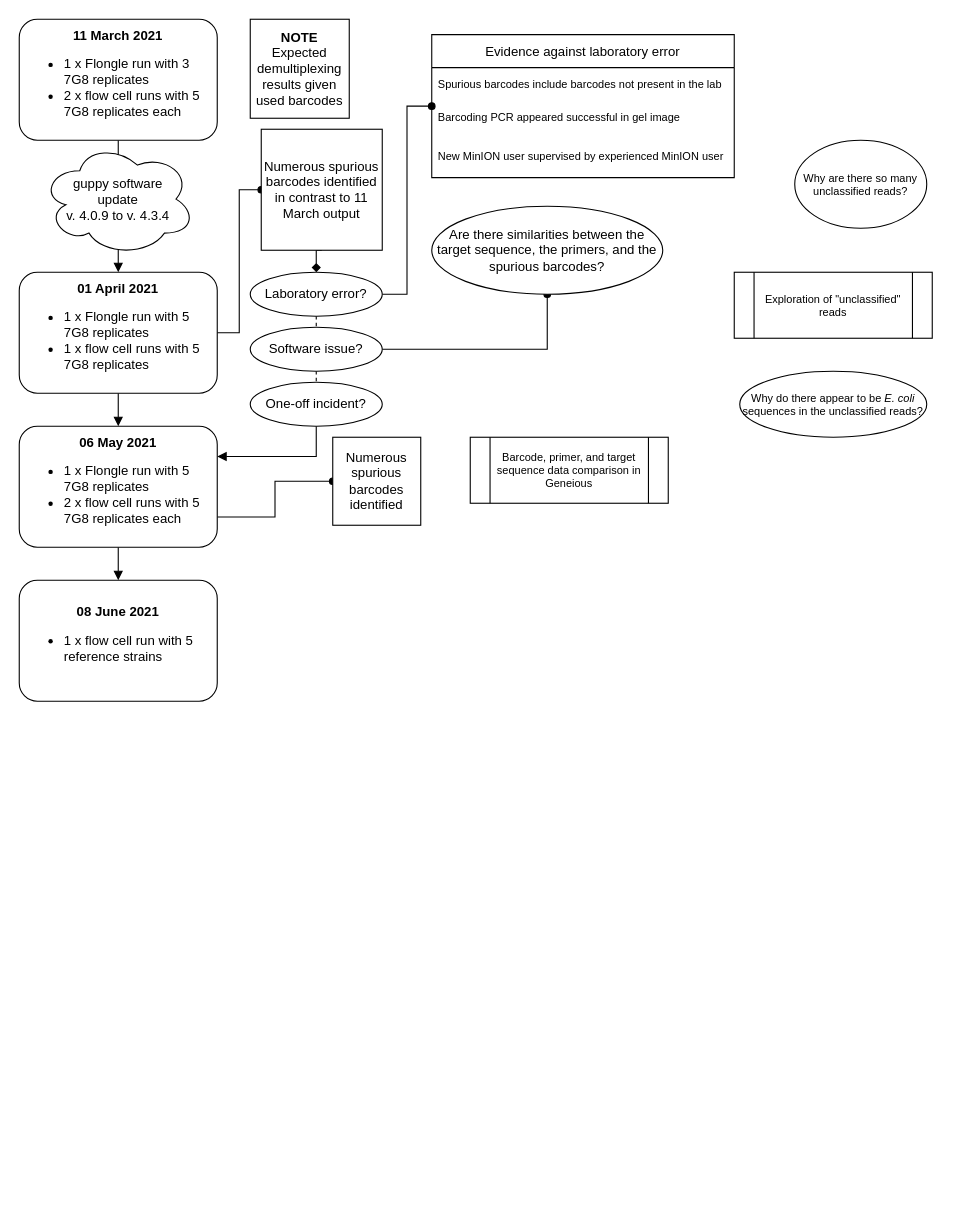
Before: 4-reporting/project_decision_tree.drawio in sjsabin/minion_hrp2_project, a draw.io diagram. Source tidied: cells renumbered, new cells numbered last; positions are measured from the earlier drawing's top-left corner, leaving out a move shared by most shapes. Both pictures are drawn from the tidied source at 110%, with x=0, y=0 at pixel (19, 19).
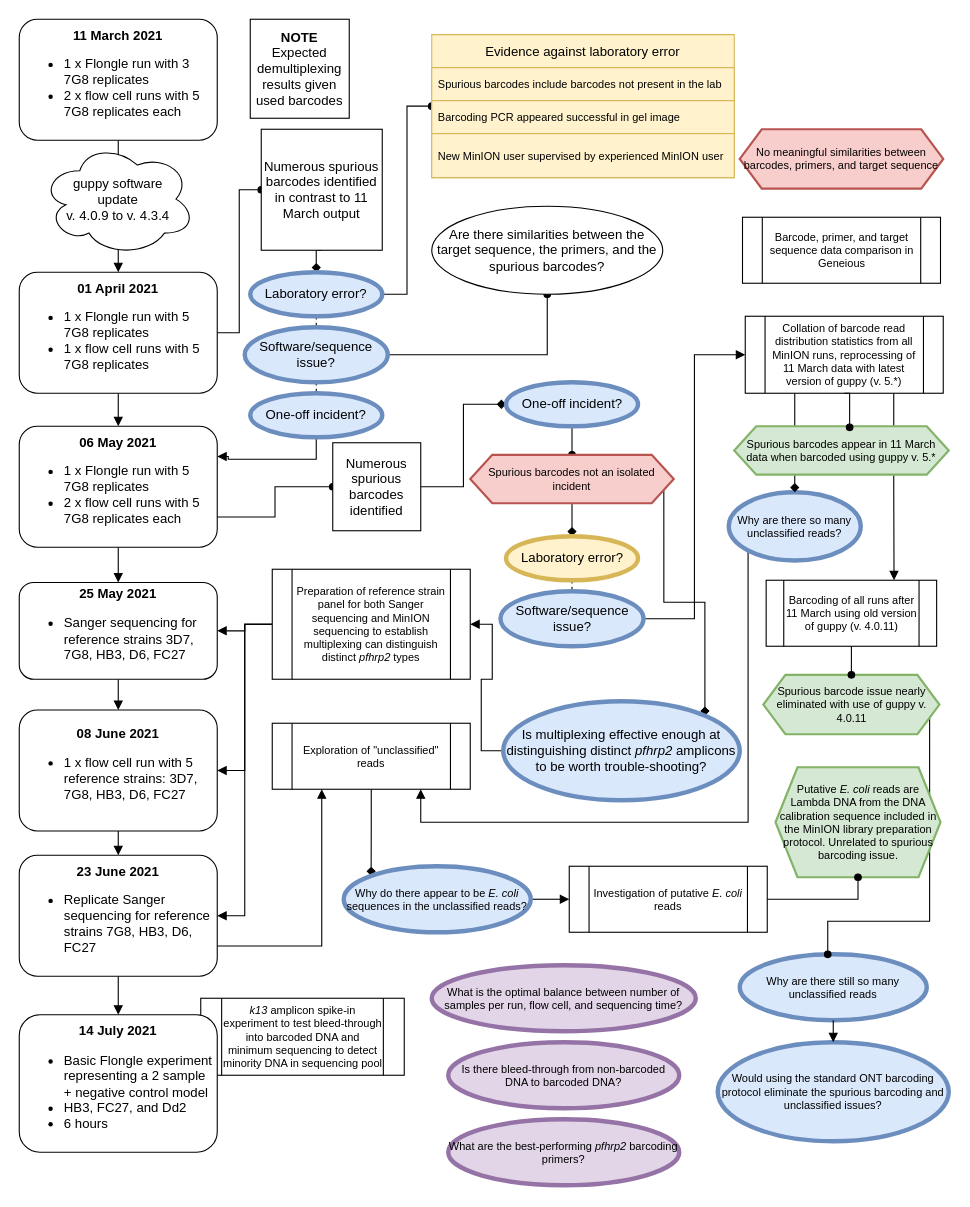
The same page after the edit.

The change refers to these unchanged cells:
```xml
<mxCell id="28" value="&lt;div&gt;&lt;b&gt;06 May 2021&lt;/b&gt;&lt;/div&gt;&lt;div align=&quot;left&quot;&gt;&lt;ul&gt;&lt;li&gt;1 x Flongle run with 5 7G8 replicates&lt;/li&gt;&lt;li&gt;2 x flow cell runs with 5 7G8 replicates each&lt;br&gt;&lt;/li&gt;&lt;/ul&gt;&lt;/div&gt;" style="rounded=1;whiteSpace=wrap;html=1;" parent="1" vertex="1">
  <mxGeometry y="370" width="180" height="110" as="geometry" />
</mxCell>
```

Diff of the diagram source:
```diff
@@
+    <mxCell id="33" value="Why are there still so many unclassified reads" style="ellipse;whiteSpace=wrap;html=1;fontSize=10;fillColor=#dae8fc;strokeColor=#6c8ebf;strokeWidth=4;" parent="1" vertex="1">
+      <mxGeometry x="655" y="850" width="170" height="60" as="geometry" />
+    </mxCell>
@@
+    <mxCell id="34" style="edgeStyle=orthogonalEdgeStyle;rounded=0;jettySize=auto;html=1;exitX=1;exitY=0.75;exitDx=0;exitDy=0;fontSize=10;endArrow=oval;endFill=1;" parent="1" edge="1" source="70" target="33">
+      <mxGeometry relative="1" as="geometry">
+        <Array as="points">
+          <mxPoint x="828" y="820" />
+          <mxPoint x="735" y="820" />
+        </Array>
+      </mxGeometry>
+    </mxCell>
@@
-    <mxCell id="12" value="Laboratory error?" style="ellipse;whiteSpace=wrap;html=1;rounded=1;" parent="1" vertex="1">
+    <mxCell id="12" value="Laboratory error?" style="ellipse;whiteSpace=wrap;html=1;rounded=1;strokeWidth=4;fillColor=#dae8fc;strokeColor=#6c8ebf;" parent="1" vertex="1">
       <mxGeometry x="210" y="230" width="120" height="40" as="geometry" />
     </mxCell>
@@
-    <mxCell id="15" value="Software issue?" style="ellipse;whiteSpace=wrap;html=1;rounded=1;" parent="1" vertex="1">
-      <mxGeometry x="210" y="280" width="120" height="40" as="geometry" />
+    <mxCell id="15" value="Software/sequence issue?" style="ellipse;whiteSpace=wrap;html=1;rounded=1;strokeWidth=4;fillColor=#dae8fc;strokeColor=#6c8ebf;" parent="1" vertex="1">
+      <mxGeometry x="205" y="280" width="130" height="50" as="geometry" />
     </mxCell>
@@
-    <mxCell id="17" value="Evidence against laboratory error" style="swimlane;fontStyle=0;horizontal=1;startSize=30;" parent="1" vertex="1">
+    <mxCell id="17" value="Evidence against laboratory error" style="swimlane;fontStyle=0;horizontal=1;startSize=30;fillColor=#fff2cc;strokeColor=#d6b656;" parent="1" vertex="1">
       <mxGeometry x="375" y="14" width="275" height="130" as="geometry" />
     </mxCell>
-    <mxCell id="18" value="Spurious barcodes include barcodes not present in the lab" style="text;strokeColor=none;fillColor=none;align=left;verticalAlign=middle;spacingLeft=4;spacingRight=4;overflow=hidden;fontSize=10;" parent="17" vertex="1">
+    <mxCell id="18" value="Spurious barcodes include barcodes not present in the lab" style="text;strokeColor=#d6b656;fillColor=#fff2cc;align=left;verticalAlign=middle;spacingLeft=4;spacingRight=4;overflow=hidden;fontSize=10;" parent="17" vertex="1">
       <mxGeometry y="30" width="275" height="30" as="geometry" />
     </mxCell>
-    <mxCell id="19" value="Barcoding PCR appeared successful in gel image" style="text;strokeColor=none;fillColor=none;align=left;verticalAlign=middle;spacingLeft=4;spacingRight=4;overflow=hidden;fontSize=10;" parent="17" vertex="1">
+    <mxCell id="19" value="Barcoding PCR appeared successful in gel image" style="text;strokeColor=#d6b656;fillColor=#fff2cc;align=left;verticalAlign=middle;spacingLeft=4;spacingRight=4;overflow=hidden;fontSize=10;" parent="17" vertex="1">
       <mxGeometry y="60" width="275" height="30" as="geometry" />
     </mxCell>
-    <mxCell id="20" value="New MinION user supervised by experienced MinION user" style="text;strokeColor=none;fillColor=none;align=left;verticalAlign=middle;spacingLeft=4;spacingRight=4;overflow=hidden;fontSize=10;" parent="17" vertex="1">
+    <mxCell id="20" value="New MinION user supervised by experienced MinION user" style="text;strokeColor=#d6b656;fillColor=#fff2cc;align=left;verticalAlign=middle;spacingLeft=4;spacingRight=4;overflow=hidden;fontSize=10;" parent="17" vertex="1">
       <mxGeometry y="90" width="275" height="40" as="geometry" />
     </mxCell>
@@
     <mxCell id="22" value="Barcode, primer, and target sequence data comparison in Geneious" style="shape=process;whiteSpace=wrap;html=1;backgroundOutline=1;fontSize=10;" parent="1" vertex="1">
-      <mxGeometry x="410" y="380" width="180" height="60" as="geometry" />
+      <mxGeometry x="657.5" y="180" width="180" height="60" as="geometry" />
     </mxCell>
+    <mxCell id="35" style="edgeStyle=orthogonalEdgeStyle;rounded=0;jettySize=auto;html=1;exitX=0.5;exitY=1;exitDx=0;exitDy=0;entryX=0;entryY=0;entryDx=0;entryDy=0;fontSize=10;endArrow=diamond;endFill=1;" parent="1" edge="1" source="23" target="25">
+      <mxGeometry relative="1" as="geometry" />
+    </mxCell>
     <mxCell id="23" value="Exploration of &quot;unclassified&quot; reads " style="shape=process;whiteSpace=wrap;html=1;backgroundOutline=1;fontSize=10;" parent="1" vertex="1">
-      <mxGeometry x="650" y="230" width="180" height="60" as="geometry" />
+      <mxGeometry x="230" y="640" width="180" height="60" as="geometry" />
     </mxCell>
+    <mxCell id="36" style="edgeStyle=orthogonalEdgeStyle;rounded=0;jettySize=auto;html=1;exitX=0;exitY=1;exitDx=0;exitDy=0;entryX=0.75;entryY=1;entryDx=0;entryDy=0;fontSize=10;endArrow=block;endFill=1;" parent="1" edge="1" source="24" target="23">
+      <mxGeometry relative="1" as="geometry">
+        <Array as="points">
+          <mxPoint x="663" y="730" />
+          <mxPoint x="365" y="730" />
+        </Array>
+      </mxGeometry>
+    </mxCell>
-    <mxCell id="24" value="Why are there so many unclassified reads?" style="ellipse;whiteSpace=wrap;html=1;fontSize=10;" parent="1" vertex="1">
-      <mxGeometry x="705" y="110" width="120" height="80" as="geometry" />
+    <mxCell id="24" value="Why are there so many unclassified reads?" style="ellipse;whiteSpace=wrap;html=1;fontSize=10;fillColor=#dae8fc;strokeColor=#6c8ebf;strokeWidth=4;" parent="1" vertex="1">
+      <mxGeometry x="645" y="430" width="120" height="62" as="geometry" />
     </mxCell>
+    <mxCell id="37" style="edgeStyle=orthogonalEdgeStyle;rounded=0;jettySize=auto;html=1;exitX=1;exitY=0.5;exitDx=0;exitDy=0;entryX=0;entryY=0.5;entryDx=0;entryDy=0;fontSize=10;endArrow=block;endFill=1;" parent="1" edge="1" source="25" target="67">
+      <mxGeometry relative="1" as="geometry" />
+    </mxCell>
-    <mxCell id="25" value="Why do there appear to be &lt;i&gt;E. coli &lt;/i&gt;sequences in the unclassified reads?" style="ellipse;whiteSpace=wrap;html=1;fontSize=10;" parent="1" vertex="1">
-      <mxGeometry x="655" y="320" width="170" height="60" as="geometry" />
+    <mxCell id="25" value="Why do there appear to be &lt;i&gt;E. coli &lt;/i&gt;sequences in the unclassified reads?" style="ellipse;whiteSpace=wrap;html=1;fontSize=10;fillColor=#dae8fc;strokeColor=#6c8ebf;strokeWidth=4;" parent="1" vertex="1">
+      <mxGeometry x="295" y="770" width="170" height="60" as="geometry" />
     </mxCell>
-    <mxCell id="26" style="edgeStyle=orthogonalEdgeStyle;rounded=0;jettySize=auto;html=1;fontSize=10;endArrow=block;endFill=1;" parent="1" edge="1" source="28" target="29">
-      <mxGeometry relative="1" as="geometry" />
-    </mxCell>
@@
+    <mxCell id="38" style="edgeStyle=orthogonalEdgeStyle;rounded=0;jettySize=auto;html=1;fontSize=10;endArrow=block;endFill=1;" parent="1" edge="1" source="28" target="63">
+      <mxGeometry relative="1" as="geometry" />
+    </mxCell>
@@
+    <mxCell id="39" style="edgeStyle=orthogonalEdgeStyle;rounded=0;jettySize=auto;html=1;exitX=0.5;exitY=1;exitDx=0;exitDy=0;fontSize=10;endArrow=block;endFill=1;" parent="1" edge="1" source="29" target="66">
+      <mxGeometry relative="1" as="geometry" />
+    </mxCell>
-    <mxCell id="29" value="&lt;div&gt;&lt;b&gt;08 June 2021&lt;/b&gt;&lt;br&gt;&lt;/div&gt;&lt;div align=&quot;left&quot;&gt;&lt;ul&gt;&lt;li&gt;1 x flow cell run with 5 reference strains&lt;br&gt;&lt;/li&gt;&lt;/ul&gt;&lt;/div&gt;" style="rounded=1;whiteSpace=wrap;html=1;" parent="1" vertex="1">
-      <mxGeometry y="510" width="180" height="110" as="geometry" />
+    <mxCell id="29" value="&lt;div&gt;&lt;b&gt;08 June 2021&lt;/b&gt;&lt;br&gt;&lt;/div&gt;&lt;div align=&quot;left&quot;&gt;&lt;ul&gt;&lt;li&gt;1 x flow cell run with 5 reference strains: 3D7, 7G8, HB3, D6, FC27&lt;br&gt;&lt;/li&gt;&lt;/ul&gt;&lt;/div&gt;" style="rounded=1;whiteSpace=wrap;html=1;" parent="1" vertex="1">
+      <mxGeometry y="628" width="180" height="110" as="geometry" />
     </mxCell>
@@
-    <mxCell id="31" value="One-off incident?" style="ellipse;whiteSpace=wrap;html=1;rounded=1;" parent="1" vertex="1">
-      <mxGeometry x="210" y="330" width="120" height="40" as="geometry" />
+    <mxCell id="31" value="One-off incident?" style="ellipse;whiteSpace=wrap;html=1;rounded=1;strokeWidth=4;fillColor=#dae8fc;strokeColor=#6c8ebf;" parent="1" vertex="1">
+      <mxGeometry x="210" y="340" width="120" height="40" as="geometry" />
     </mxCell>
+    <mxCell id="40" style="edgeStyle=orthogonalEdgeStyle;rounded=0;jettySize=auto;html=1;exitX=1;exitY=0.5;exitDx=0;exitDy=0;entryX=0;entryY=0.5;entryDx=0;entryDy=0;fontSize=10;endArrow=diamond;endFill=1;" parent="1" edge="1" source="32" target="43">
+      <mxGeometry relative="1" as="geometry" />
+    </mxCell>
     <mxCell id="32" value="&lt;div&gt;Numerous spurious barcodes identified &lt;br&gt;&lt;/div&gt;" style="whiteSpace=wrap;html=1;" parent="1" vertex="1">
-      <mxGeometry x="285" y="380" width="80" height="80" as="geometry" />
+      <mxGeometry x="285" y="385" width="80" height="80" as="geometry" />
     </mxCell>
+    <mxCell id="41" value="No meaningful similarities between barcodes, primers, and target sequence" style="shape=hexagon;perimeter=hexagonPerimeter2;whiteSpace=wrap;html=1;fixedSize=1;fontSize=10;strokeWidth=2;fillColor=#f8cecc;strokeColor=#b85450;" parent="1" vertex="1">
+      <mxGeometry x="655" y="100" width="185" height="54" as="geometry" />
+    </mxCell>
+    <mxCell id="42" style="edgeStyle=orthogonalEdgeStyle;rounded=0;jettySize=auto;html=1;exitX=0.5;exitY=1;exitDx=0;exitDy=0;fontSize=10;endArrow=oval;endFill=1;entryX=0.5;entryY=0;entryDx=0;entryDy=0;" parent="1" edge="1" source="43" target="46">
+      <mxGeometry relative="1" as="geometry" />
+    </mxCell>
+    <mxCell id="43" value="One-off incident?" style="ellipse;whiteSpace=wrap;html=1;rounded=1;strokeWidth=4;fillColor=#dae8fc;strokeColor=#6c8ebf;" parent="1" vertex="1">
+      <mxGeometry x="442.5" y="330" width="120" height="40" as="geometry" />
+    </mxCell>
+    <mxCell id="44" style="edgeStyle=orthogonalEdgeStyle;rounded=0;jettySize=auto;html=1;exitX=0.5;exitY=1;exitDx=0;exitDy=0;entryX=0.5;entryY=0;entryDx=0;entryDy=0;fontSize=10;endArrow=diamond;endFill=1;" parent="1" edge="1" source="46" target="48">
+      <mxGeometry relative="1" as="geometry" />
+    </mxCell>
+    <mxCell id="45" style="edgeStyle=orthogonalEdgeStyle;rounded=0;jettySize=auto;html=1;exitX=1;exitY=0.75;exitDx=0;exitDy=0;entryX=1;entryY=0;entryDx=0;entryDy=0;fontSize=10;endArrow=diamond;endFill=1;" parent="1" edge="1" source="46" target="52">
+      <mxGeometry relative="1" as="geometry" />
+    </mxCell>
+    <mxCell id="46" value="Spurious barcodes not an isolated incident" style="shape=hexagon;perimeter=hexagonPerimeter2;whiteSpace=wrap;html=1;fixedSize=1;fontSize=10;strokeWidth=2;fillColor=#f8cecc;strokeColor=#b85450;" parent="1" vertex="1">
+      <mxGeometry x="410" y="396" width="185" height="44" as="geometry" />
+    </mxCell>
+    <mxCell id="47" style="edgeStyle=orthogonalEdgeStyle;rounded=0;jettySize=auto;html=1;exitX=0.5;exitY=1;exitDx=0;exitDy=0;entryX=0.5;entryY=0;entryDx=0;entryDy=0;dashed=1;fontSize=10;endArrow=none;endFill=0;" parent="1" edge="1" source="48" target="50">
+      <mxGeometry relative="1" as="geometry" />
+    </mxCell>
+    <mxCell id="48" value="Laboratory error?" style="ellipse;whiteSpace=wrap;html=1;rounded=1;strokeWidth=4;fillColor=#fff2cc;strokeColor=#d6b656;" parent="1" vertex="1">
+      <mxGeometry x="442.5" y="470" width="120" height="40" as="geometry" />
+    </mxCell>
+    <mxCell id="49" style="edgeStyle=orthogonalEdgeStyle;rounded=0;jettySize=auto;html=1;exitX=1;exitY=0.5;exitDx=0;exitDy=0;entryX=0;entryY=0.5;entryDx=0;entryDy=0;fontSize=10;endArrow=block;endFill=1;" parent="1" edge="1" source="50" target="55">
+      <mxGeometry relative="1" as="geometry" />
+    </mxCell>
+    <mxCell id="50" value="Software/sequence issue?" style="ellipse;whiteSpace=wrap;html=1;rounded=1;strokeWidth=4;fillColor=#dae8fc;strokeColor=#6c8ebf;" parent="1" vertex="1">
+      <mxGeometry x="437.5" y="520" width="130" height="50" as="geometry" />
+    </mxCell>
+    <mxCell id="51" style="edgeStyle=orthogonalEdgeStyle;rounded=0;jettySize=auto;html=1;exitX=0;exitY=0.5;exitDx=0;exitDy=0;entryX=1;entryY=0.5;entryDx=0;entryDy=0;fontSize=10;endArrow=block;endFill=1;" parent="1" edge="1" source="52" target="61">
+      <mxGeometry relative="1" as="geometry" />
+    </mxCell>
+    <mxCell id="52" value="Is multiplexing effective enough at distinguishing distinct &lt;i&gt;pfhrp2&lt;/i&gt; amplicons to be worth trouble-shooting?" style="ellipse;whiteSpace=wrap;html=1;rounded=1;strokeWidth=4;fillColor=#dae8fc;strokeColor=#6c8ebf;" parent="1" vertex="1">
+      <mxGeometry x="440" y="620" width="215" height="90" as="geometry" />
+    </mxCell>
+    <mxCell id="53" style="edgeStyle=orthogonalEdgeStyle;rounded=0;jettySize=auto;html=1;exitX=0.25;exitY=1;exitDx=0;exitDy=0;entryX=0.5;entryY=0;entryDx=0;entryDy=0;fontSize=10;endArrow=diamond;endFill=1;" parent="1" edge="1" source="55" target="24">
+      <mxGeometry relative="1" as="geometry" />
+    </mxCell>
+    <mxCell id="54" style="edgeStyle=orthogonalEdgeStyle;rounded=0;jettySize=auto;html=1;exitX=0.75;exitY=1;exitDx=0;exitDy=0;entryX=0.75;entryY=0;entryDx=0;entryDy=0;fontSize=10;endArrow=block;endFill=1;" parent="1" edge="1" source="55" target="69">
+      <mxGeometry relative="1" as="geometry" />
+    </mxCell>
+    <mxCell id="55" value="Collation of barcode read distribution statistics from all MinION runs, reprocessing of 11 March data with latest version of guppy (v. 5.*)" style="shape=process;whiteSpace=wrap;html=1;backgroundOutline=1;fontSize=10;" parent="1" vertex="1">
+      <mxGeometry x="660" y="270" width="180" height="70" as="geometry" />
+    </mxCell>
+    <mxCell id="56" value="Spurious barcodes appear in 11 March data when barcoded using guppy v. 5.*" style="shape=hexagon;perimeter=hexagonPerimeter2;whiteSpace=wrap;html=1;fixedSize=1;fontSize=10;strokeWidth=2;fillColor=#d5e8d4;strokeColor=#82b366;" parent="1" vertex="1">
+      <mxGeometry x="650" y="370" width="195" height="44" as="geometry" />
+    </mxCell>
+    <mxCell id="57" style="edgeStyle=orthogonalEdgeStyle;rounded=0;jettySize=auto;html=1;exitX=0.5;exitY=1;exitDx=0;exitDy=0;fontSize=10;endArrow=oval;endFill=1;entryX=0.538;entryY=0.023;entryDx=0;entryDy=0;entryPerimeter=0;" parent="1" edge="1" source="55" target="56">
+      <mxGeometry relative="1" as="geometry" />
+    </mxCell>
+    <mxCell id="58" style="edgeStyle=orthogonalEdgeStyle;rounded=0;jettySize=auto;html=1;exitX=0;exitY=0.5;exitDx=0;exitDy=0;entryX=1;entryY=0.5;entryDx=0;entryDy=0;fontSize=10;endArrow=block;endFill=1;" parent="1" edge="1" source="61" target="63">
+      <mxGeometry relative="1" as="geometry" />
+    </mxCell>
+    <mxCell id="59" style="edgeStyle=orthogonalEdgeStyle;rounded=0;jettySize=auto;html=1;exitX=0;exitY=0.5;exitDx=0;exitDy=0;entryX=1;entryY=0.5;entryDx=0;entryDy=0;fontSize=10;endArrow=block;endFill=1;" parent="1" edge="1" source="61" target="29">
+      <mxGeometry relative="1" as="geometry" />
+    </mxCell>
+    <mxCell id="60" style="edgeStyle=orthogonalEdgeStyle;rounded=0;jettySize=auto;html=1;exitX=0;exitY=0.5;exitDx=0;exitDy=0;entryX=1;entryY=0.5;entryDx=0;entryDy=0;fontSize=10;endArrow=block;endFill=1;" parent="1" edge="1" source="61" target="66">
+      <mxGeometry relative="1" as="geometry" />
+    </mxCell>
+    <mxCell id="61" value="Preparation of reference strain panel for both Sanger sequencing and MinION sequencing to establish multiplexing can distinguish distinct &lt;i&gt;pfhrp2 &lt;/i&gt;types" style="shape=process;whiteSpace=wrap;html=1;backgroundOutline=1;fontSize=10;" parent="1" vertex="1">
+      <mxGeometry x="230" y="500" width="180" height="100" as="geometry" />
+    </mxCell>
+    <mxCell id="62" style="edgeStyle=orthogonalEdgeStyle;rounded=0;jettySize=auto;html=1;exitX=0.5;exitY=1;exitDx=0;exitDy=0;entryX=0.5;entryY=0;entryDx=0;entryDy=0;fontSize=10;endArrow=block;endFill=1;" parent="1" edge="1" source="63" target="29">
+      <mxGeometry relative="1" as="geometry" />
+    </mxCell>
+    <mxCell id="63" value="&lt;div&gt;&lt;b&gt;25 May 2021&lt;/b&gt;&lt;/div&gt;&lt;div align=&quot;left&quot;&gt;&lt;ul&gt;&lt;li&gt;Sanger sequencing for reference strains 3D7, 7G8, HB3, D6, FC27&lt;br&gt;&lt;/li&gt;&lt;/ul&gt;&lt;/div&gt;" style="rounded=1;whiteSpace=wrap;html=1;" parent="1" vertex="1">
+      <mxGeometry y="512" width="180" height="88" as="geometry" />
+    </mxCell>
+    <mxCell id="64" style="edgeStyle=orthogonalEdgeStyle;rounded=0;jettySize=auto;html=1;exitX=1;exitY=0.75;exitDx=0;exitDy=0;entryX=0.25;entryY=1;entryDx=0;entryDy=0;fontSize=10;endArrow=block;endFill=1;" parent="1" edge="1" source="66" target="23">
+      <mxGeometry relative="1" as="geometry" />
+    </mxCell>
+    <mxCell id="65" style="edgeStyle=orthogonalEdgeStyle;rounded=0;jettySize=auto;html=1;fontSize=10;endArrow=block;endFill=1;" parent="1" edge="1" source="66" target="79">
+      <mxGeometry relative="1" as="geometry" />
+    </mxCell>
+    <mxCell id="66" value="&lt;div&gt;&lt;b&gt;23 June 2021&lt;/b&gt;&lt;/div&gt;&lt;div align=&quot;left&quot;&gt;&lt;ul&gt;&lt;li&gt;Replicate Sanger sequencing for reference strains 7G8, HB3, D6, FC27&lt;br&gt;&lt;/li&gt;&lt;/ul&gt;&lt;/div&gt;" style="rounded=1;whiteSpace=wrap;html=1;" parent="1" vertex="1">
+      <mxGeometry y="760" width="180" height="110" as="geometry" />
+    </mxCell>
+    <mxCell id="67" value="Investigation of putative &lt;i&gt;E. coli &lt;/i&gt;reads" style="shape=process;whiteSpace=wrap;html=1;backgroundOutline=1;fontSize=10;" parent="1" vertex="1">
+      <mxGeometry x="500" y="770" width="180" height="60" as="geometry" />
+    </mxCell>
+    <mxCell id="68" value="Putative &lt;i&gt;E. coli &lt;/i&gt;reads are Lambda DNA from the DNA calibration sequence included in the MinION library preparation protocol. Unrelated to spurious barcoding issue." style="shape=hexagon;perimeter=hexagonPerimeter2;whiteSpace=wrap;html=1;fixedSize=1;fontSize=10;strokeWidth=2;fillColor=#d5e8d4;strokeColor=#82b366;" parent="1" vertex="1">
+      <mxGeometry x="687.5" y="680" width="150" height="100" as="geometry" />
+    </mxCell>
+    <mxCell id="69" value="Barcoding of all runs after 11 March using old version of guppy (v. 4.0.11)" style="shape=process;whiteSpace=wrap;html=1;backgroundOutline=1;fontSize=10;" parent="1" vertex="1">
+      <mxGeometry x="679" y="510" width="155" height="60" as="geometry" />
+    </mxCell>
+    <mxCell id="70" value="Spurious barcode issue nearly eliminated with use of guppy v. 4.0.11" style="shape=hexagon;perimeter=hexagonPerimeter2;whiteSpace=wrap;html=1;fixedSize=1;fontSize=10;strokeWidth=2;fillColor=#d5e8d4;strokeColor=#82b366;" parent="1" vertex="1">
+      <mxGeometry x="676.5" y="596" width="160" height="54" as="geometry" />
+    </mxCell>
+    <mxCell id="71" style="edgeStyle=orthogonalEdgeStyle;rounded=0;jettySize=auto;html=1;exitX=0.5;exitY=1;exitDx=0;exitDy=0;entryX=0.5;entryY=0;entryDx=0;entryDy=0;fontSize=10;endArrow=oval;endFill=1;" parent="1" edge="1" source="69" target="70">
+      <mxGeometry relative="1" as="geometry" />
+    </mxCell>
+    <mxCell id="72" style="edgeStyle=orthogonalEdgeStyle;rounded=0;jettySize=auto;html=1;exitX=1;exitY=0.5;exitDx=0;exitDy=0;entryX=0.5;entryY=1;entryDx=0;entryDy=0;fontSize=10;endArrow=oval;endFill=1;" parent="1" edge="1" source="67" target="68">
+      <mxGeometry relative="1" as="geometry" />
+    </mxCell>
+    <mxCell id="73" value="Would using the standard ONT barcoding protocol eliminate the spurious barcoding and unclassified issues?" style="ellipse;whiteSpace=wrap;html=1;fontSize=10;fillColor=#dae8fc;strokeColor=#6c8ebf;strokeWidth=4;" parent="1" vertex="1">
+      <mxGeometry x="635" y="930" width="210" height="90" as="geometry" />
+    </mxCell>
+    <mxCell id="74" style="edgeStyle=orthogonalEdgeStyle;rounded=0;jettySize=auto;html=1;exitX=0.5;exitY=1;exitDx=0;exitDy=0;entryX=0.5;entryY=0;entryDx=0;entryDy=0;fontSize=10;endArrow=block;endFill=1;" parent="1" edge="1" source="33" target="73">
+      <mxGeometry relative="1" as="geometry" />
+    </mxCell>
+    <mxCell id="75" value="What is the optimal balance between number of samples per run, flow cell, and sequencing time?" style="ellipse;whiteSpace=wrap;html=1;fontSize=10;fillColor=#e1d5e7;strokeColor=#9673a6;strokeWidth=4;" parent="1" vertex="1">
+      <mxGeometry x="375" y="860" width="240" height="60" as="geometry" />
+    </mxCell>
+    <mxCell id="76" value="Is there bleed-through from non-barcoded DNA to barcoded DNA?" style="ellipse;whiteSpace=wrap;html=1;fontSize=10;fillColor=#e1d5e7;strokeColor=#9673a6;strokeWidth=4;" parent="1" vertex="1">
+      <mxGeometry x="390" y="930" width="210" height="60" as="geometry" />
+    </mxCell>
+    <mxCell id="77" value="What are the best-performing &lt;i&gt;pfhrp2 &lt;/i&gt;barcoding primers?" style="ellipse;whiteSpace=wrap;html=1;fontSize=10;fillColor=#e1d5e7;strokeColor=#9673a6;strokeWidth=4;" parent="1" vertex="1">
+      <mxGeometry x="390" y="1000" width="210" height="60" as="geometry" />
+    </mxCell>
+    <mxCell id="78" value="&lt;i&gt;k13 &lt;/i&gt;amplicon spike-in experiment to test bleed-through into barcoded DNA and minimum sequencing to detect minority DNA in sequencing pool " style="shape=process;whiteSpace=wrap;html=1;backgroundOutline=1;fontSize=10;" parent="1" vertex="1">
+      <mxGeometry x="165" y="890" width="185" height="70" as="geometry" />
+    </mxCell>
+    <mxCell id="79" value="&lt;div&gt;&lt;b&gt;14 July 2021&lt;/b&gt;&lt;/div&gt;&lt;div align=&quot;left&quot;&gt;&lt;ul&gt;&lt;li&gt;Basic Flongle experiment representing a 2 sample + negative control model&lt;/li&gt;&lt;li&gt;HB3, FC27, and Dd2&lt;/li&gt;&lt;li&gt;6 hours&lt;br&gt;&lt;/li&gt;&lt;/ul&gt;&lt;/div&gt;" style="rounded=1;whiteSpace=wrap;html=1;" parent="1" vertex="1">
+      <mxGeometry y="905" width="180" height="125" as="geometry" />
+    </mxCell>
```
